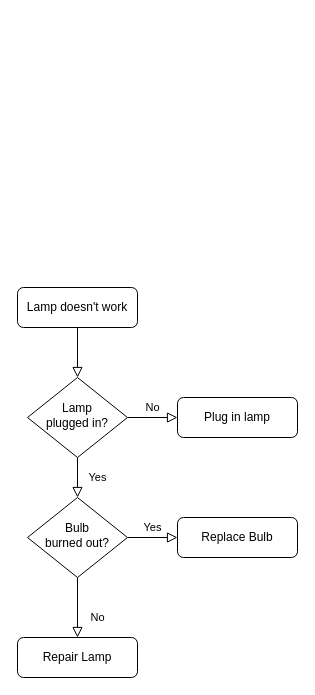
tianshengdiwangK/common keeps this draw.io diagram as 系统流程图.drawio. Above is the earlier version. Source tidied: cells renumbered, new cells numbered last; positions are measured from the earlier drawing's top-left corner, leaving out a move shared by most shapes. Both pictures are drawn from the tidied source at 100%, with x=0, y=0 at pixel (17, 287).
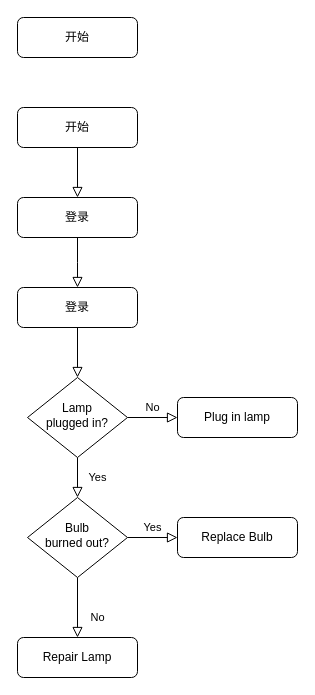
Above is the later version.

Commit message (it also covers changes not shown here):
更新系统流程图.drawio

Change to the diagram source:
```diff
@@
 <mxGraphModel>
   <root>
     <mxCell id="0" />
     <mxCell id="1" parent="0" />
     <mxCell id="2" style="rounded=0;html=1;jettySize=auto;fontSize=11;endArrow=block;endFill=0;endSize=8;strokeWidth=1;shadow=0;labelBackgroundColor=none;edgeStyle=orthogonalEdgeStyle;" parent="1" edge="1" source="3" target="6">
       <mxGeometry relative="1" as="geometry" />
     </mxCell>
-    <mxCell id="3" value="Lamp doesn't work" style="rounded=1;whiteSpace=wrap;html=1;fontSize=12;glass=0;strokeWidth=1;shadow=0;" parent="1" vertex="1">
+    <mxCell id="3" value="登录" style="rounded=1;whiteSpace=wrap;html=1;fontSize=12;glass=0;strokeWidth=1;shadow=0;" parent="1" vertex="1">
       <mxGeometry width="120" height="40" as="geometry" />
     </mxCell>
     <mxCell id="4" value="Yes" style="rounded=0;html=1;jettySize=auto;fontSize=11;endArrow=block;endFill=0;endSize=8;strokeWidth=1;shadow=0;labelBackgroundColor=none;edgeStyle=orthogonalEdgeStyle;" parent="1" edge="1" source="6" target="10">
       <mxGeometry y="20" relative="1" as="geometry" />
     </mxCell>
     <mxCell id="5" value="No" style="edgeStyle=orthogonalEdgeStyle;rounded=0;html=1;jettySize=auto;fontSize=11;endArrow=block;endFill=0;endSize=8;strokeWidth=1;shadow=0;labelBackgroundColor=none;" parent="1" edge="1" source="6" target="7">
       <mxGeometry y="10" relative="1" as="geometry" />
     </mxCell>
     <mxCell id="6" value="Lamp&lt;br&gt;plugged in?" style="rhombus;whiteSpace=wrap;html=1;shadow=0;fontFamily=Helvetica;fontSize=12;align=center;strokeWidth=1;spacing=6;spacingTop=-4;" parent="1" vertex="1">
       <mxGeometry x="10" y="90" width="100" height="80" as="geometry" />
     </mxCell>
     <mxCell id="7" value="Plug in lamp" style="rounded=1;whiteSpace=wrap;html=1;fontSize=12;glass=0;strokeWidth=1;shadow=0;" parent="1" vertex="1">
       <mxGeometry x="160" y="110" width="120" height="40" as="geometry" />
     </mxCell>
     <mxCell id="8" value="No" style="rounded=0;html=1;jettySize=auto;fontSize=11;endArrow=block;endFill=0;endSize=8;strokeWidth=1;shadow=0;labelBackgroundColor=none;edgeStyle=orthogonalEdgeStyle;" parent="1" edge="1" source="10" target="11">
       <mxGeometry x="0.33" y="20" relative="1" as="geometry" />
     </mxCell>
     <mxCell id="9" value="Yes" style="edgeStyle=orthogonalEdgeStyle;rounded=0;html=1;jettySize=auto;fontSize=11;endArrow=block;endFill=0;endSize=8;strokeWidth=1;shadow=0;labelBackgroundColor=none;" parent="1" edge="1" source="10" target="12">
       <mxGeometry y="10" relative="1" as="geometry" />
     </mxCell>
     <mxCell id="10" value="Bulb&lt;br&gt;burned out?" style="rhombus;whiteSpace=wrap;html=1;shadow=0;fontFamily=Helvetica;fontSize=12;align=center;strokeWidth=1;spacing=6;spacingTop=-4;" parent="1" vertex="1">
       <mxGeometry x="10" y="210" width="100" height="80" as="geometry" />
     </mxCell>
     <mxCell id="11" value="Repair Lamp" style="rounded=1;whiteSpace=wrap;html=1;fontSize=12;glass=0;strokeWidth=1;shadow=0;" parent="1" vertex="1">
       <mxGeometry y="350" width="120" height="40" as="geometry" />
     </mxCell>
     <mxCell id="12" value="Replace Bulb" style="rounded=1;whiteSpace=wrap;html=1;fontSize=12;glass=0;strokeWidth=1;shadow=0;" parent="1" vertex="1">
       <mxGeometry x="160" y="230" width="120" height="40" as="geometry" />
     </mxCell>
+    <mxCell id="13" value="登录" style="rounded=1;whiteSpace=wrap;html=1;fontSize=12;glass=0;strokeWidth=1;shadow=0;" parent="1" vertex="1">
+      <mxGeometry y="-90" width="120" height="40" as="geometry" />
+    </mxCell>
+    <mxCell id="14" style="rounded=0;html=1;jettySize=auto;fontSize=11;endArrow=block;endFill=0;endSize=8;strokeWidth=1;shadow=0;labelBackgroundColor=none;edgeStyle=orthogonalEdgeStyle;exitX=0.5;exitY=1;exitDx=0;exitDy=0;" parent="1" edge="1" source="13">
+      <mxGeometry relative="1" as="geometry">
+        <mxPoint x="60" as="targetPoint" />
+      </mxGeometry>
+    </mxCell>
+    <mxCell id="15" value="开始" style="rounded=1;whiteSpace=wrap;html=1;fontSize=12;glass=0;strokeWidth=1;shadow=0;" parent="1" vertex="1">
+      <mxGeometry y="-180" width="120" height="40" as="geometry" />
+    </mxCell>
+    <mxCell id="16" style="rounded=0;html=1;jettySize=auto;fontSize=11;endArrow=block;endFill=0;endSize=8;strokeWidth=1;shadow=0;labelBackgroundColor=none;edgeStyle=orthogonalEdgeStyle;exitX=0.5;exitY=1;exitDx=0;exitDy=0;entryX=0.5;entryY=0;entryDx=0;entryDy=0;" parent="1" edge="1" source="15" target="13">
+      <mxGeometry relative="1" as="geometry" />
+    </mxCell>
+    <mxCell id="17" value="开始" style="rounded=1;whiteSpace=wrap;html=1;fontSize=12;glass=0;strokeWidth=1;shadow=0;" parent="1" vertex="1">
+      <mxGeometry y="-270" width="120" height="40" as="geometry" />
+    </mxCell>
   </root>
 </mxGraphModel>
```
